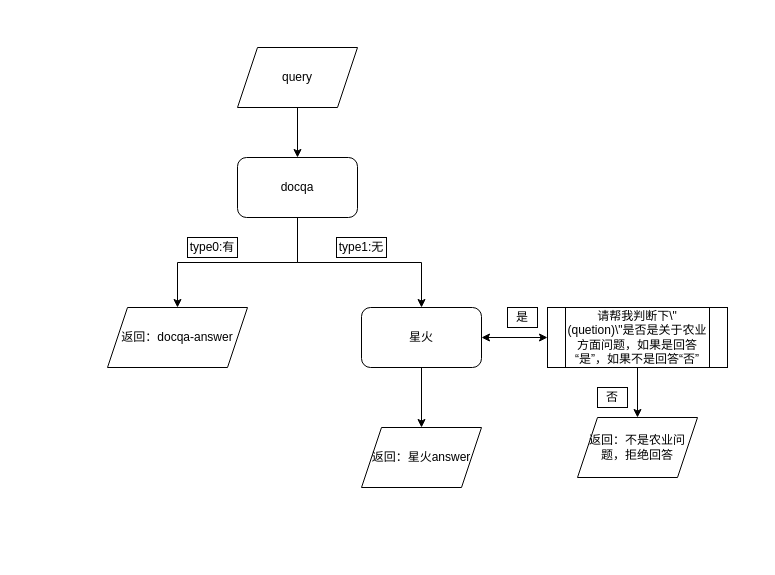
This is figure/damoxingweb.drawio from yzy1421/Amateur-women-basketball-in-China, a draw.io file, before an edit. Source tidied: cells renumbered, new cells numbered last; positions are measured from the earlier drawing's top-left corner, leaving out a move shared by most shapes. Both pictures are drawn from the tidied source at 100%, with x=0, y=0 at pixel (107, 47).
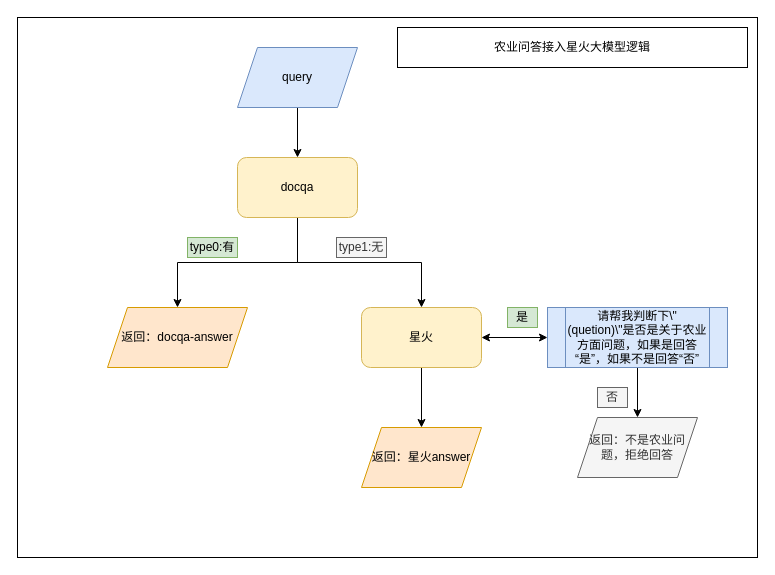
The same diagram, later.

Change to the diagram source:
```diff
@@
+    <mxCell id="19" style="rounded=0;whiteSpace=wrap;html=1;" parent="1" vertex="1">
+      <mxGeometry x="-90" y="-30" width="740" height="540" as="geometry" />
+    </mxCell>
@@
-    <mxCell id="4" value="docqa" style="rounded=1;whiteSpace=wrap;html=1;" parent="1" vertex="1">
+    <mxCell id="4" value="docqa" style="rounded=1;whiteSpace=wrap;html=1;fillColor=#fff2cc;strokeColor=#d6b656;" parent="1" vertex="1">
       <mxGeometry x="130" y="110" width="120" height="60" as="geometry" />
     </mxCell>
-    <mxCell id="5" value="返回：docqa-answer" style="shape=parallelogram;perimeter=parallelogramPerimeter;whiteSpace=wrap;html=1;fixedSize=1;" parent="1" vertex="1">
+    <mxCell id="5" value="返回：docqa-answer" style="shape=parallelogram;perimeter=parallelogramPerimeter;whiteSpace=wrap;html=1;fixedSize=1;fillColor=#ffe6cc;strokeColor=#d79b00;" parent="1" vertex="1">
       <mxGeometry y="260" width="140" height="60" as="geometry" />
     </mxCell>
@@
-    <mxCell id="7" value="query" style="shape=parallelogram;perimeter=parallelogramPerimeter;whiteSpace=wrap;html=1;fixedSize=1;" parent="1" vertex="1">
+    <mxCell id="7" value="query" style="shape=parallelogram;perimeter=parallelogramPerimeter;whiteSpace=wrap;html=1;fixedSize=1;fillColor=#dae8fc;strokeColor=#6c8ebf;" parent="1" vertex="1">
       <mxGeometry x="130" width="120" height="60" as="geometry" />
     </mxCell>
-    <mxCell id="8" value="type0:有" style="rounded=0;whiteSpace=wrap;html=1;" parent="1" vertex="1">
+    <mxCell id="8" value="type0:有" style="rounded=0;whiteSpace=wrap;html=1;fillColor=#d5e8d4;strokeColor=#82b366;" parent="1" vertex="1">
       <mxGeometry x="80" y="190" width="50" height="20" as="geometry" />
     </mxCell>
@@
-    <mxCell id="11" value="星火" style="rounded=1;whiteSpace=wrap;html=1;" parent="1" vertex="1">
+    <mxCell id="11" value="星火" style="rounded=1;whiteSpace=wrap;html=1;fillColor=#fff2cc;strokeColor=#d6b656;" parent="1" vertex="1">
       <mxGeometry x="254" y="260" width="120" height="60" as="geometry" />
     </mxCell>
-    <mxCell id="12" value="type1:无" style="rounded=0;whiteSpace=wrap;html=1;" parent="1" vertex="1">
+    <mxCell id="12" value="type1:无" style="rounded=0;whiteSpace=wrap;html=1;fillColor=#f5f5f5;fontColor=#333333;strokeColor=#666666;" parent="1" vertex="1">
       <mxGeometry x="229" y="190" width="50" height="20" as="geometry" />
     </mxCell>
@@
-    <mxCell id="14" value="请帮我判断下\&quot;(quetion)\&quot;是否是关于农业方面问题，如果是回答“是”，如果不是回答“否”" style="shape=process;whiteSpace=wrap;html=1;backgroundOutline=1;" parent="1" vertex="1">
+    <mxCell id="14" value="请帮我判断下\&quot;(quetion)\&quot;是否是关于农业方面问题，如果是回答“是”，如果不是回答“否”" style="shape=process;whiteSpace=wrap;html=1;backgroundOutline=1;fillColor=#dae8fc;strokeColor=#6c8ebf;" parent="1" vertex="1">
       <mxGeometry x="440" y="260" width="180" height="60" as="geometry" />
     </mxCell>
-    <mxCell id="15" value="返回：不是农业问题，拒绝回答" style="shape=parallelogram;perimeter=parallelogramPerimeter;whiteSpace=wrap;html=1;fixedSize=1;" parent="1" vertex="1">
+    <mxCell id="15" value="返回：不是农业问题，拒绝回答" style="shape=parallelogram;perimeter=parallelogramPerimeter;whiteSpace=wrap;html=1;fixedSize=1;fillColor=#f5f5f5;fontColor=#333333;strokeColor=#666666;" parent="1" vertex="1">
       <mxGeometry x="470" y="370" width="120" height="60" as="geometry" />
     </mxCell>
-    <mxCell id="16" value="是" style="rounded=0;whiteSpace=wrap;html=1;" parent="1" vertex="1">
+    <mxCell id="16" value="是" style="rounded=0;whiteSpace=wrap;html=1;fillColor=#d5e8d4;strokeColor=#82b366;" parent="1" vertex="1">
       <mxGeometry x="400" y="260" width="30" height="20" as="geometry" />
     </mxCell>
-    <mxCell id="17" value="否" style="rounded=0;whiteSpace=wrap;html=1;" parent="1" vertex="1">
+    <mxCell id="17" value="否" style="rounded=0;whiteSpace=wrap;html=1;fillColor=#f5f5f5;fontColor=#333333;strokeColor=#666666;" parent="1" vertex="1">
       <mxGeometry x="490" y="340" width="30" height="20" as="geometry" />
     </mxCell>
-    <mxCell id="18" value="返回：星火answer" style="shape=parallelogram;perimeter=parallelogramPerimeter;whiteSpace=wrap;html=1;fixedSize=1;" parent="1" vertex="1">
+    <mxCell id="18" value="返回：星火answer" style="shape=parallelogram;perimeter=parallelogramPerimeter;whiteSpace=wrap;html=1;fixedSize=1;fillColor=#ffe6cc;strokeColor=#d79b00;" parent="1" vertex="1">
       <mxGeometry x="254" y="380" width="120" height="60" as="geometry" />
     </mxCell>
+    <mxCell id="20" value="农业问答接入星火大模型逻辑" style="rounded=0;whiteSpace=wrap;html=1;" parent="1" vertex="1">
+      <mxGeometry x="290" y="-20" width="350" height="40" as="geometry" />
+    </mxCell>
```
